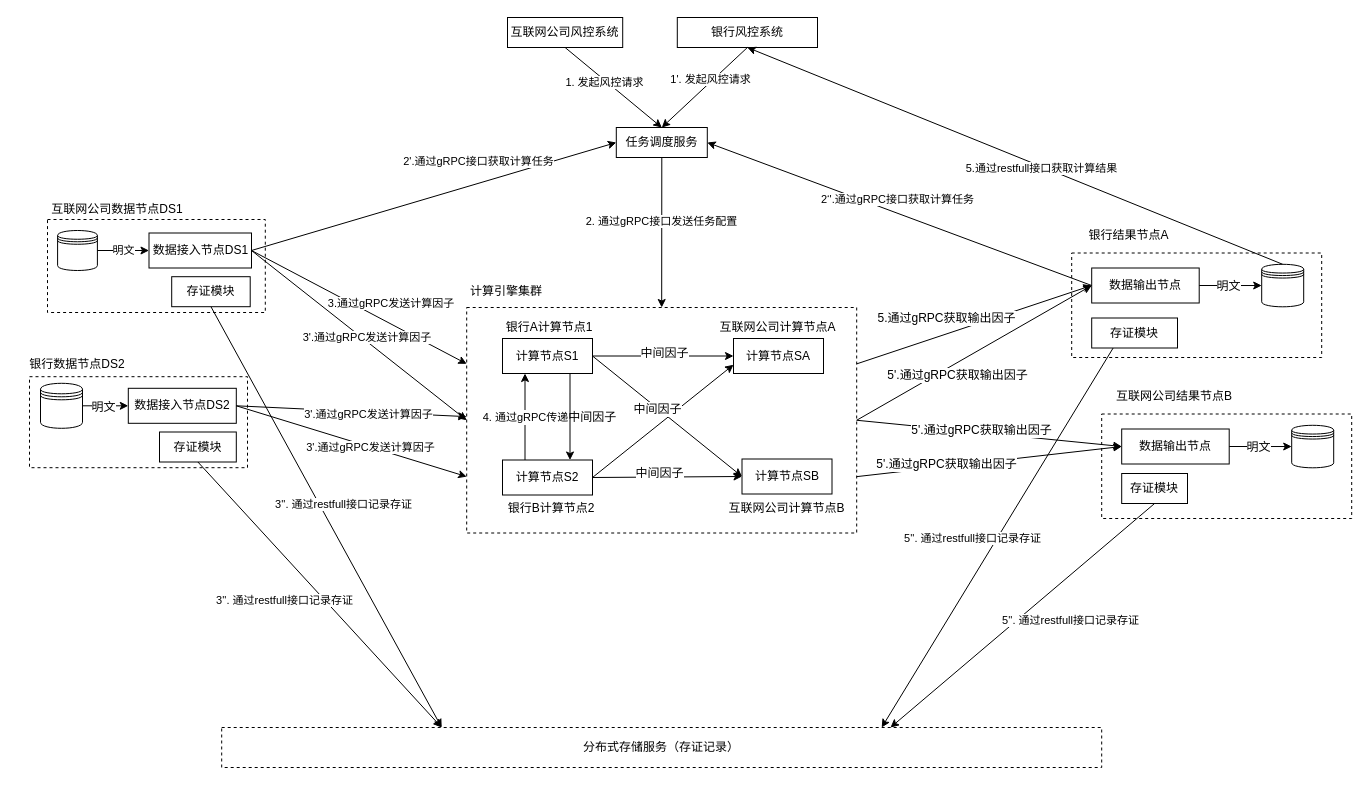
This is lianhefengkong.drawio from yankaili2006/drawing_io, a draw.io file, before an edit. Source tidied: cells renumbered, new cells numbered last; positions are measured from the earlier drawing's top-left corner, leaving out a move shared by most shapes. Both pictures are drawn from the tidied source at 100%, with x=0, y=0 at pixel (17, 17).
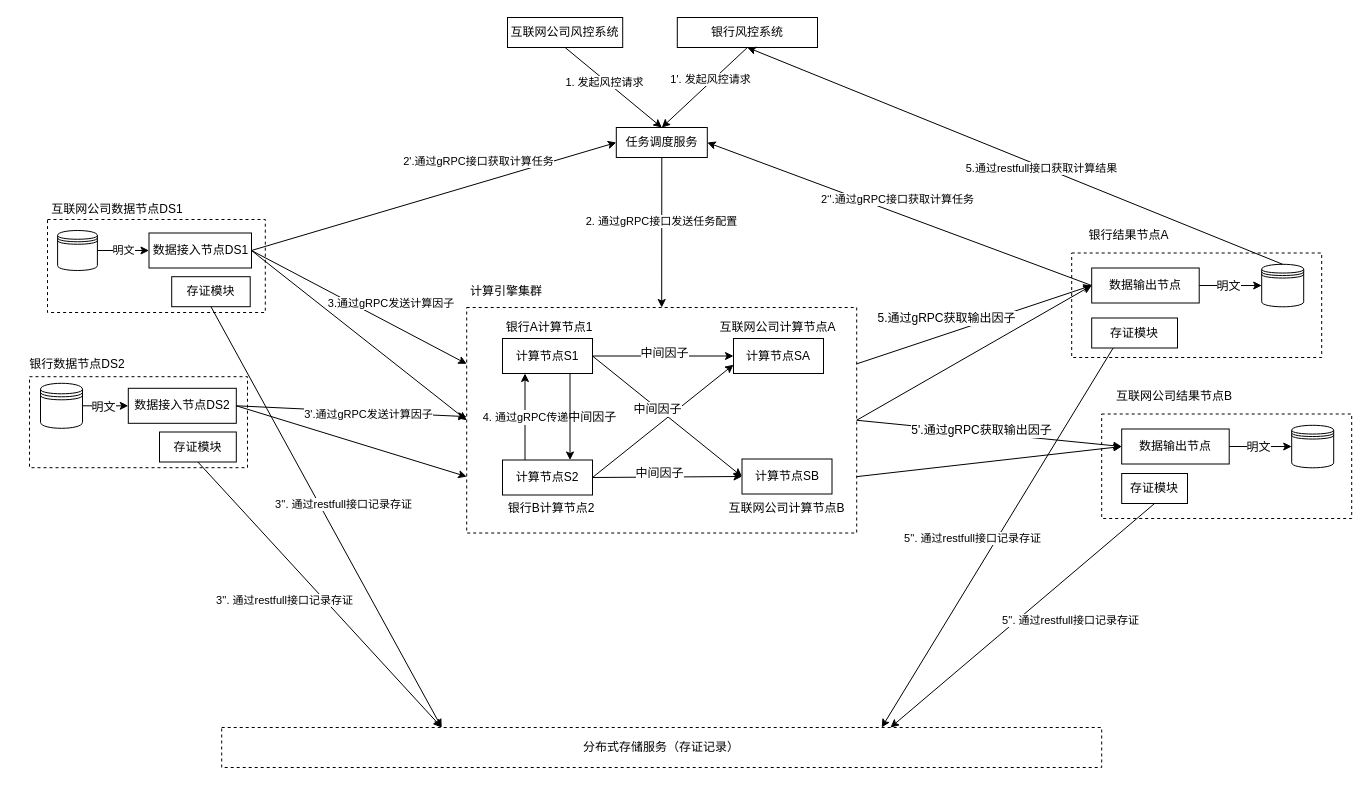
The same diagram, later.

The change refers to these unchanged cells:
```xml
<mxCell id="14" style="endArrow=classic;html=1;entryX=0;entryY=0.5;entryDx=0;entryDy=0;exitX=1;exitY=0.5;exitDx=0;exitDy=0;" parent="1" edge="1" source="6" target="43">
  <mxGeometry relative="1" as="geometry" />
</mxCell>
<mxCell id="66" style="endArrow=classic;html=1;entryX=0;entryY=0.5;entryDx=0;entryDy=0;exitX=1;exitY=0.75;exitDx=0;exitDy=0;" parent="1" edge="1" source="6" target="58">
  <mxGeometry relative="1" as="geometry" />
</mxCell>
<mxCell id="70" style="endArrow=classic;html=1;exitX=1;exitY=0.5;exitDx=0;exitDy=0;entryX=0;entryY=0.5;entryDx=0;entryDy=0;" parent="1" edge="1" source="38" target="6">
  <mxGeometry relative="1" as="geometry" />
</mxCell>
<mxCell id="74" style="endArrow=classic;html=1;exitX=1;exitY=0.5;exitDx=0;exitDy=0;entryX=0;entryY=0.75;entryDx=0;entryDy=0;" parent="1" edge="1" source="8" target="6">
  <mxGeometry relative="1" as="geometry" />
</mxCell>
```

What changed in the source:
```diff
@@
-    <mxCell id="15" value="5'.通过gRPC获取输出因子" style="text;html=1;align=center;verticalAlign=middle;labelBackgroundColor=#ffffff;" parent="14" vertex="1">
-      <mxGeometry x="-0.06" y="3" relative="1" as="geometry">
-        <mxPoint x="-8.8" y="20.8" as="offset" />
-      </mxGeometry>
-    </mxCell>
@@
-    <mxCell id="67" value="5'.通过gRPC获取输出因子" style="text;html=1;align=center;verticalAlign=middle;labelBackgroundColor=#ffffff;" parent="66" vertex="1">
-      <mxGeometry x="-0.06" y="3" relative="1" as="geometry">
-        <mxPoint x="-34.1" y="4.6" as="offset" />
-      </mxGeometry>
-    </mxCell>
@@
-    <mxCell id="71" value="&lt;span&gt;&amp;nbsp;3'.&lt;/span&gt;通过gRPC发送计算因子" style="edgeLabel;html=1;align=center;verticalAlign=middle;" parent="70" vertex="1">
-      <mxGeometry x="0.04" y="2" relative="1" as="geometry" />
-    </mxCell>
@@
-    <mxCell id="75" value="3'.通过gRPC发送计算因子" style="edgeLabel;html=1;align=center;verticalAlign=middle;" parent="74" vertex="1">
-      <mxGeometry x="0.17" relative="1" as="geometry">
-        <mxPoint x="-1" as="offset" />
-      </mxGeometry>
-    </mxCell>
```
